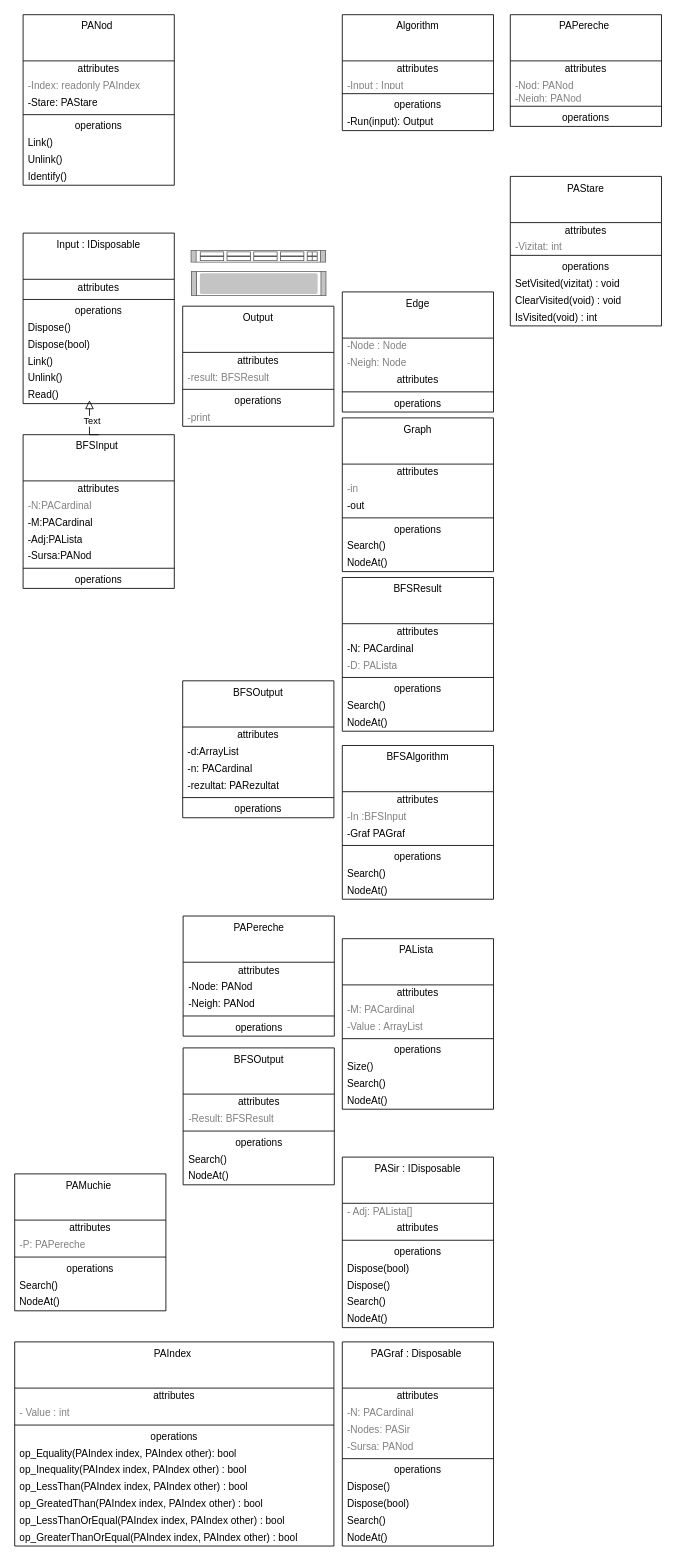
Above: C.drawio in Cristof17/PALibrary (draw.io), before the change. Source tidied: cells renumbered, new cells numbered last; positions are measured from the earlier drawing's top-left corner, leaving out a move shared by most shapes. Both pictures are drawn from the tidied source at 84%, with x=0, y=0 at pixel (14, 14).
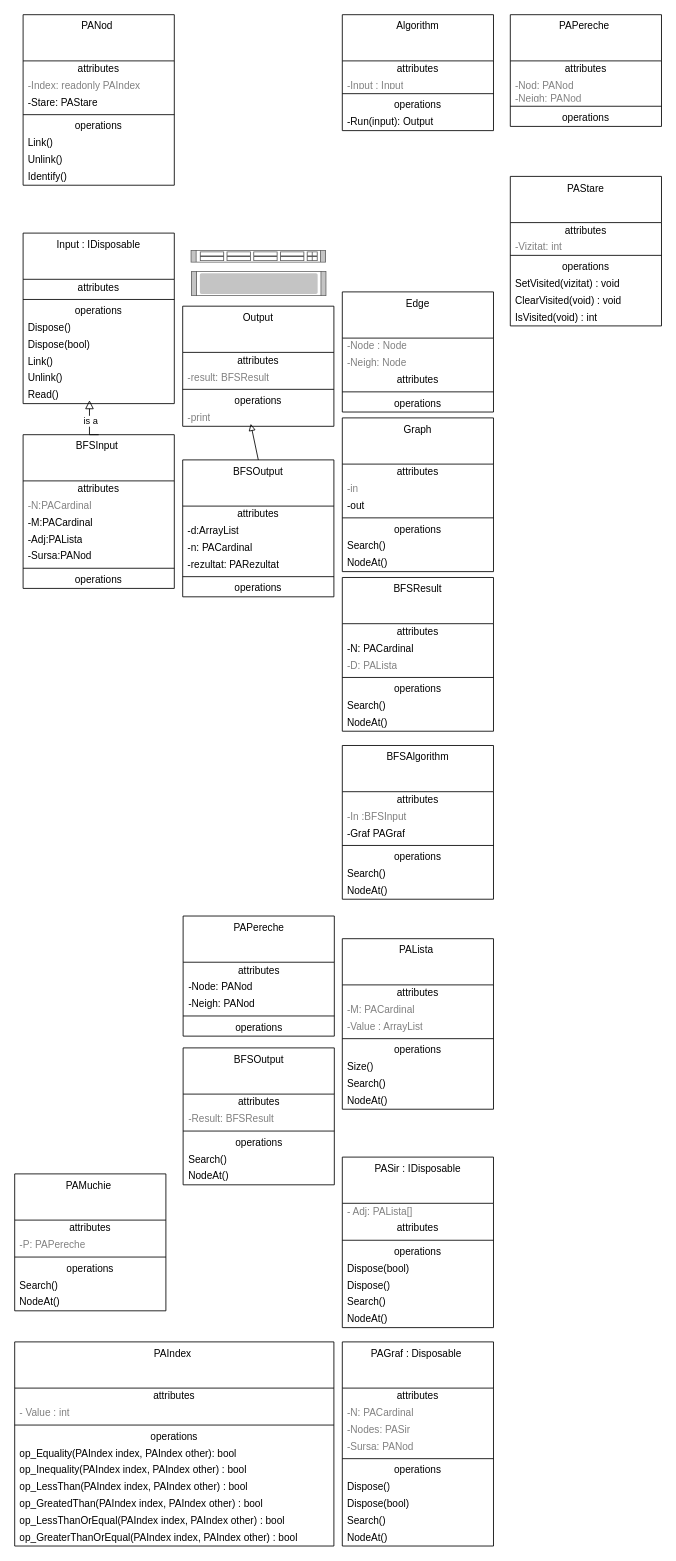
Above is the later version.

Unchanged cells that the change refers to:
```xml
<mxCell id="31" value="-print" style="text;html=1;strokeColor=none;fillColor=none;align=left;verticalAlign=middle;spacingLeft=4;spacingRight=4;overflow=hidden;points=[[0,0.5],[1,0.5]];portConstraint=eastwest;fontColor=#808080;whiteSpace=wrap;" parent="26" vertex="1">
  <mxGeometry y="123" width="180" height="20" as="geometry" />
</mxCell>
<mxCell id="153" style="edgeStyle=segmentEdgeStyle;endArrow=block;html=1;curved=0;rounded=0;endSize=8;startSize=8;exitX=0.5;exitY=0;exitDx=0;exitDy=0;entryX=0.439;entryY=0.8;entryDx=0;entryDy=0;entryPerimeter=0;endFill=0;" parent="1" edge="1" source="38" target="25">
  <mxGeometry relative="1" as="geometry" />
</mxCell>
```

Diff of the diagram source:
```diff
@@
     <mxCell id="46" value="BFSOutput" style="swimlane;fontStyle=0;align=center;verticalAlign=top;horizontal=1;startSize=55;html=1;whiteSpace=wrap;" parent="1" vertex="1">
-      <mxGeometry x="200" y="793" width="180" height="163" as="geometry" />
+      <mxGeometry x="200" y="530" width="180" height="163" as="geometry" />
     </mxCell>
@@
-    <mxCell id="154" value="Text" style="edgeLabel;html=1;align=center;verticalAlign=middle;" parent="153" vertex="1">
+    <mxCell id="154" value="is a&amp;nbsp;" style="edgeLabel;html=1;align=center;verticalAlign=middle;" parent="153" vertex="1">
       <mxGeometry x="0.08" y="-2" relative="1" as="geometry" />
     </mxCell>
+    <mxCell id="155" style="endArrow=block;html=1;entryX=0.45;entryY=0.85;entryDx=0;entryDy=0;entryPerimeter=0;exitX=0.5;exitY=0;exitDx=0;exitDy=0;endFill=0;" parent="1" edge="1" source="46" target="31">
+      <mxGeometry relative="1" as="geometry" />
+    </mxCell>
```
